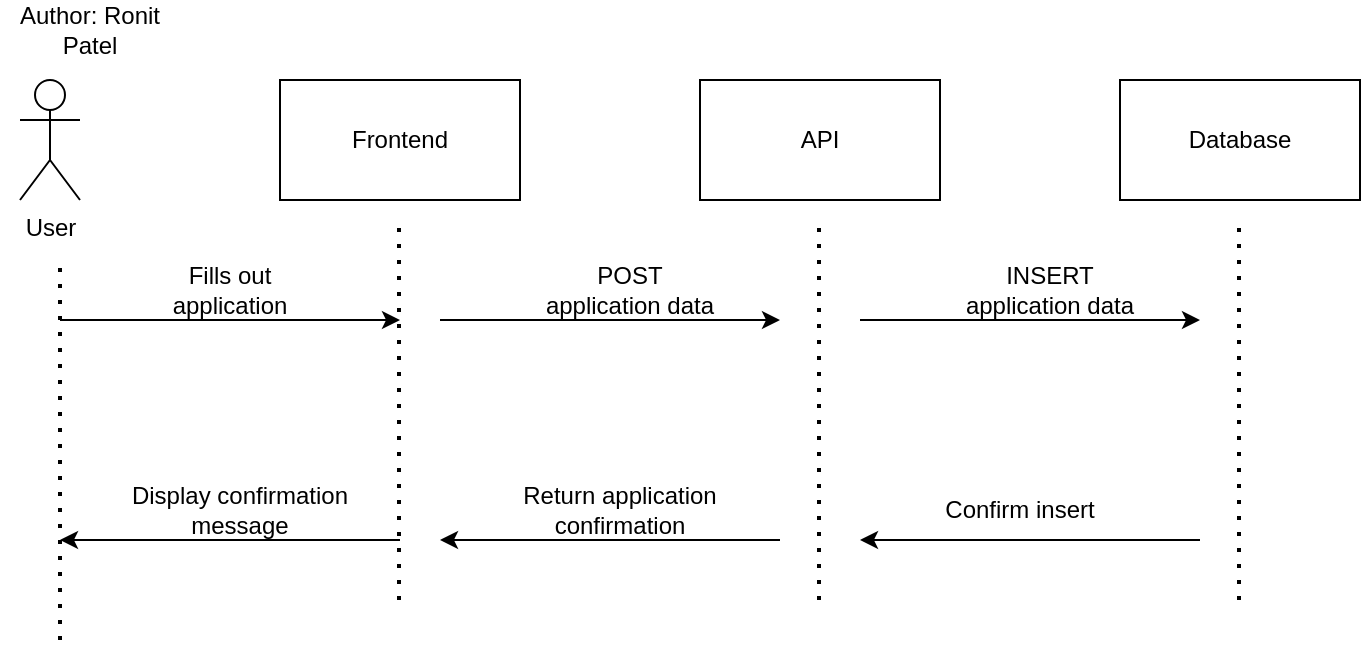
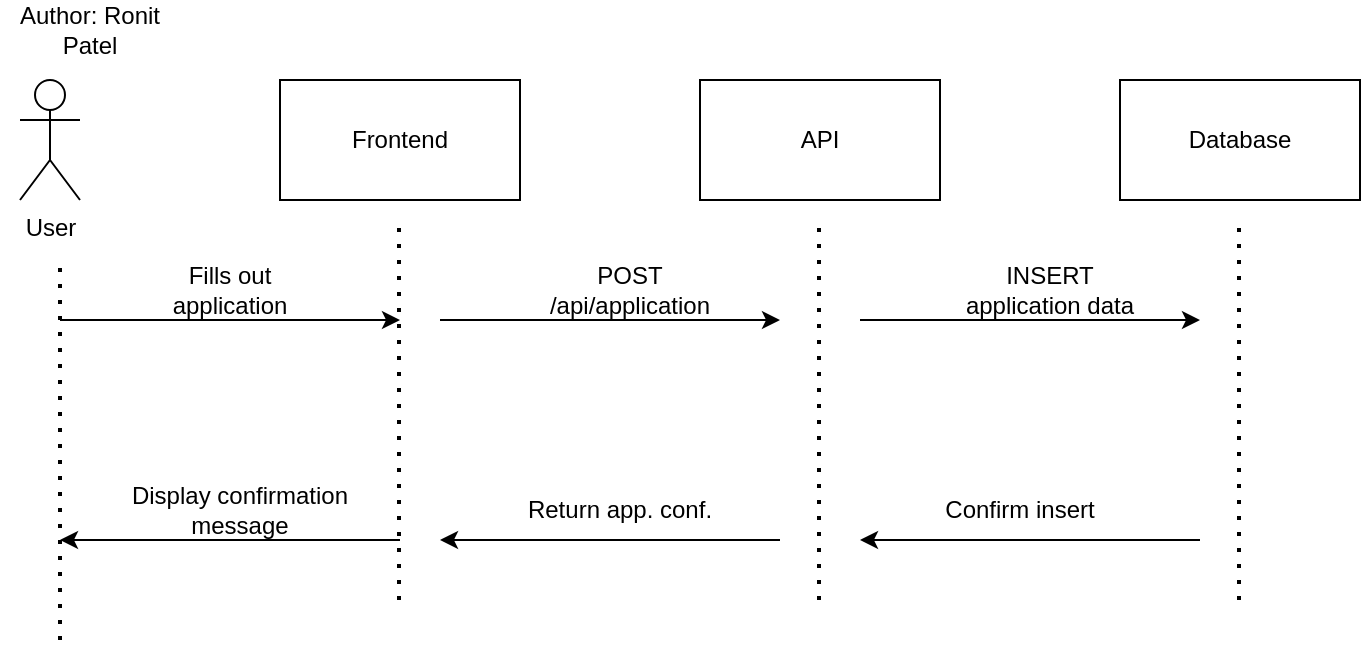
<mxfile host="65bd71144e">
    <diagram id="JV5b1G9s2dhMjjIkedlj" name="Page-1">
        <mxGraphModel dx="1216" dy="779" grid="1" gridSize="10" guides="1" tooltips="1" connect="1" arrows="1" fold="1" page="1" pageScale="1" pageWidth="850" pageHeight="1100" math="0" shadow="0">
            <root>
                <mxCell id="0"/>
                <mxCell id="1" parent="0"/>
                <mxCell id="30" value="User" style="shape=umlActor;verticalLabelPosition=bottom;verticalAlign=top;html=1;outlineConnect=0;" vertex="1" parent="1">
                    <mxGeometry x="70" y="160" width="30" height="60" as="geometry"/>
                </mxCell>
                <mxCell id="31" value="Frontend" style="rounded=0;whiteSpace=wrap;html=1;" vertex="1" parent="1">
                    <mxGeometry x="200" y="160" width="120" height="60" as="geometry"/>
                </mxCell>
                <mxCell id="32" value="API" style="rounded=0;whiteSpace=wrap;html=1;" vertex="1" parent="1">
                    <mxGeometry x="410" y="160" width="120" height="60" as="geometry"/>
                </mxCell>
                <mxCell id="33" value="Database" style="rounded=0;whiteSpace=wrap;html=1;" vertex="1" parent="1">
                    <mxGeometry x="620" y="160" width="120" height="60" as="geometry"/>
                </mxCell>
                <mxCell id="34" value="" style="endArrow=none;dashed=1;html=1;dashPattern=1 3;strokeWidth=2;" edge="1" parent="1">
                    <mxGeometry width="50" height="50" relative="1" as="geometry">
                        <mxPoint x="90" y="440" as="sourcePoint"/>
                        <mxPoint x="90" y="250" as="targetPoint"/>
                    </mxGeometry>
                </mxCell>
                <mxCell id="35" value="" style="endArrow=none;dashed=1;html=1;dashPattern=1 3;strokeWidth=2;" edge="1" parent="1">
                    <mxGeometry width="50" height="50" relative="1" as="geometry">
                        <mxPoint x="259.5" y="420" as="sourcePoint"/>
                        <mxPoint x="259.5" y="230" as="targetPoint"/>
                    </mxGeometry>
                </mxCell>
                <mxCell id="36" value="" style="endArrow=none;dashed=1;html=1;dashPattern=1 3;strokeWidth=2;" edge="1" parent="1">
                    <mxGeometry width="50" height="50" relative="1" as="geometry">
                        <mxPoint x="469.5" y="420" as="sourcePoint"/>
                        <mxPoint x="469.5" y="230" as="targetPoint"/>
                    </mxGeometry>
                </mxCell>
                <mxCell id="37" value="" style="endArrow=none;dashed=1;html=1;dashPattern=1 3;strokeWidth=2;" edge="1" parent="1">
                    <mxGeometry width="50" height="50" relative="1" as="geometry">
                        <mxPoint x="679.5" y="420" as="sourcePoint"/>
                        <mxPoint x="679.5" y="230" as="targetPoint"/>
                    </mxGeometry>
                </mxCell>
                <mxCell id="38" value="" style="endArrow=classic;html=1;" edge="1" parent="1">
                    <mxGeometry width="50" height="50" relative="1" as="geometry">
                        <mxPoint x="90" y="280" as="sourcePoint"/>
                        <mxPoint x="260" y="280" as="targetPoint"/>
                    </mxGeometry>
                </mxCell>
                <mxCell id="39" value="" style="endArrow=classic;html=1;" edge="1" parent="1">
                    <mxGeometry width="50" height="50" relative="1" as="geometry">
                        <mxPoint x="280" y="280" as="sourcePoint"/>
                        <mxPoint x="450" y="280" as="targetPoint"/>
                    </mxGeometry>
                </mxCell>
                <mxCell id="40" value="" style="endArrow=classic;html=1;" edge="1" parent="1">
                    <mxGeometry width="50" height="50" relative="1" as="geometry">
                        <mxPoint x="490" y="280" as="sourcePoint"/>
                        <mxPoint x="660" y="280" as="targetPoint"/>
                    </mxGeometry>
                </mxCell>
                <mxCell id="41" value="" style="endArrow=classic;html=1;" edge="1" parent="1">
                    <mxGeometry width="50" height="50" relative="1" as="geometry">
                        <mxPoint x="260" y="390" as="sourcePoint"/>
                        <mxPoint x="90" y="390" as="targetPoint"/>
                    </mxGeometry>
                </mxCell>
                <mxCell id="42" value="" style="endArrow=classic;html=1;" edge="1" parent="1">
                    <mxGeometry width="50" height="50" relative="1" as="geometry">
                        <mxPoint x="450" y="390" as="sourcePoint"/>
                        <mxPoint x="280" y="390" as="targetPoint"/>
                    </mxGeometry>
                </mxCell>
                <mxCell id="43" value="" style="endArrow=classic;html=1;" edge="1" parent="1">
                    <mxGeometry width="50" height="50" relative="1" as="geometry">
                        <mxPoint x="660" y="390" as="sourcePoint"/>
                        <mxPoint x="490" y="390" as="targetPoint"/>
                    </mxGeometry>
                </mxCell>
                <mxCell id="44" value="Fills out application" style="text;strokeColor=none;align=center;fillColor=none;html=1;verticalAlign=middle;whiteSpace=wrap;rounded=0;" vertex="1" parent="1">
                    <mxGeometry x="140" y="250" width="70" height="30" as="geometry"/>
                </mxCell>
-                 <mxCell id="45" value="POST application data" style="text;strokeColor=none;align=center;fillColor=none;html=1;verticalAlign=middle;whiteSpace=wrap;rounded=0;" vertex="1" parent="1">
+                 <mxCell id="45" value="POST /api/application" style="text;strokeColor=none;align=center;fillColor=none;html=1;verticalAlign=middle;whiteSpace=wrap;rounded=0;" vertex="1" parent="1">
                    <mxGeometry x="330" y="250" width="90" height="30" as="geometry"/>
                </mxCell>
                <mxCell id="46" value="INSERT application data" style="text;strokeColor=none;align=center;fillColor=none;html=1;verticalAlign=middle;whiteSpace=wrap;rounded=0;" vertex="1" parent="1">
                    <mxGeometry x="540" y="250" width="90" height="30" as="geometry"/>
                </mxCell>
                <mxCell id="47" value="Confirm insert" style="text;strokeColor=none;align=center;fillColor=none;html=1;verticalAlign=middle;whiteSpace=wrap;rounded=0;" vertex="1" parent="1">
                    <mxGeometry x="530" y="360" width="80" height="30" as="geometry"/>
                </mxCell>
-                 <mxCell id="48" value="Return application confirmation" style="text;strokeColor=none;align=center;fillColor=none;html=1;verticalAlign=middle;whiteSpace=wrap;rounded=0;" vertex="1" parent="1">
+                 <mxCell id="48" value="Return app. conf." style="text;strokeColor=none;align=center;fillColor=none;html=1;verticalAlign=middle;whiteSpace=wrap;rounded=0;" vertex="1" parent="1">
                    <mxGeometry x="320" y="360" width="100" height="30" as="geometry"/>
                </mxCell>
                <mxCell id="49" value="Display confirmation message" style="text;strokeColor=none;align=center;fillColor=none;html=1;verticalAlign=middle;whiteSpace=wrap;rounded=0;" vertex="1" parent="1">
                    <mxGeometry x="120" y="360" width="120" height="30" as="geometry"/>
                </mxCell>
                <mxCell id="50" value="&lt;span class=&quot;makeStylesusernameCell-0-2-662&quot;&gt;&lt;div class=&quot;makeStylesusername-0-2-663&quot;&gt;&lt;div class=&quot;makeStylesroot-0-2-267&quot;&gt;&lt;div class=&quot;makeStylesuserPronunciation-0-2-272&quot;&gt;&lt;bdi class=&quot;makeStylesbaseText-0-2-268 makeStylesusernameText-0-2-665 makeStylesbaseText-0-2-672&quot; aria-hidden=&quot;false&quot;&gt;Author: Ronit Patel&lt;/bdi&gt;&lt;/div&gt;&lt;/div&gt;&lt;/div&gt;&lt;/span&gt;" style="text;strokeColor=none;align=center;fillColor=none;html=1;verticalAlign=middle;whiteSpace=wrap;rounded=0;" vertex="1" parent="1">
                    <mxGeometry x="60" y="120" width="90" height="30" as="geometry"/>
                </mxCell>
            </root>
        </mxGraphModel>
    </diagram>
</mxfile>